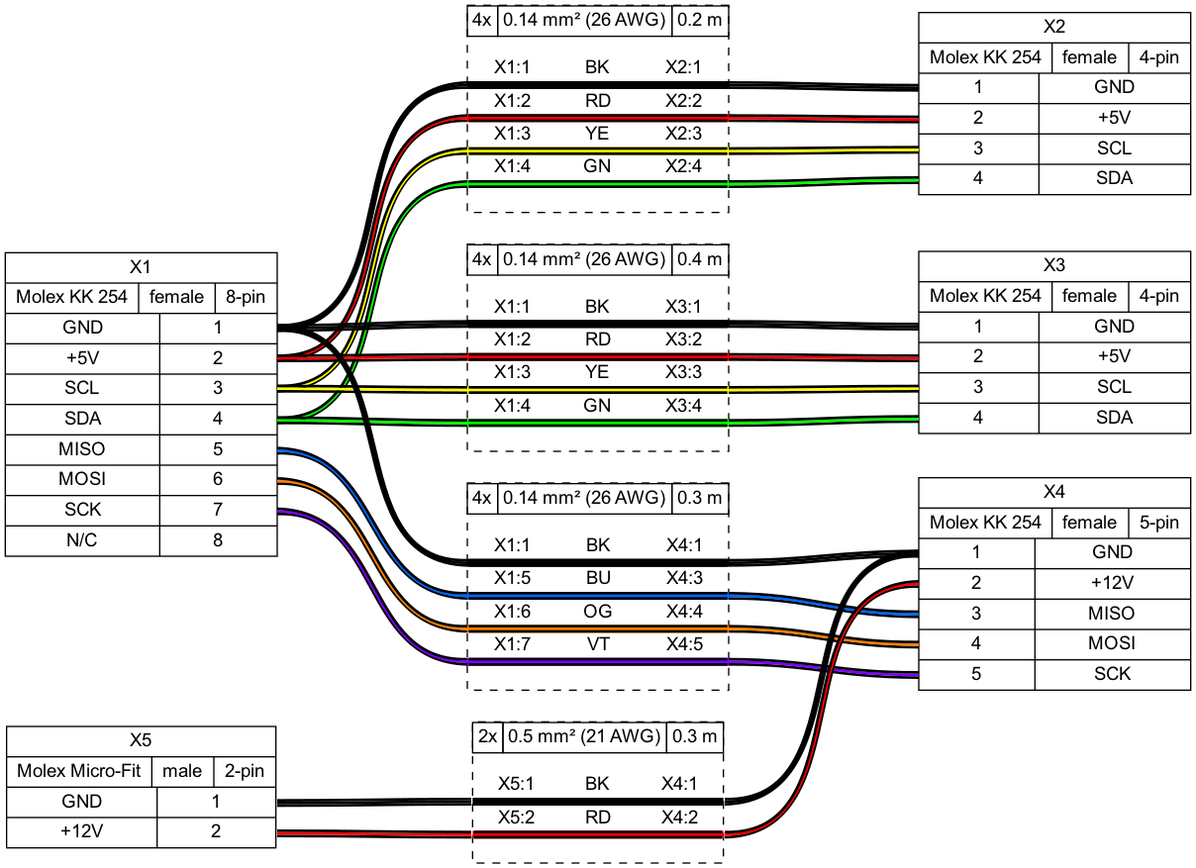
The Graphviz diagram examples/demo02.png in wireviz/WireViz, before a commit. Its source is kept beside it as examples/demo02.gv.
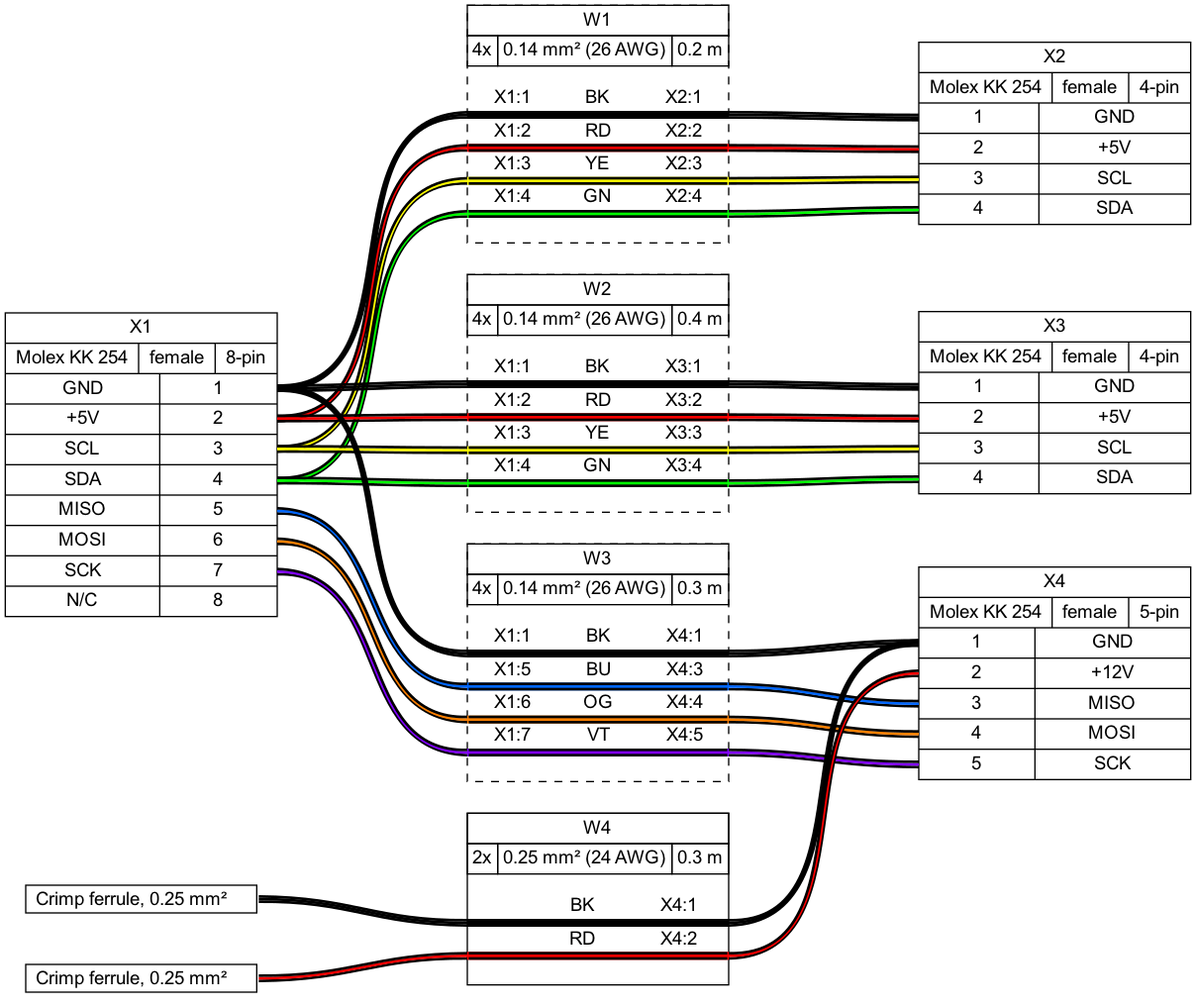
After the commit.

Diff of the diagram source:
```diff
@@ -6,7 +6,26 @@
 	X2 [label="X2|{Molex KK 254|female|4-pin}|{{<p1l>1|<p2l>2|<p3l>3|<p4l>4}|{GND|+5V|SCL|SDA}}"]
 	X3 [label="X3|{Molex KK 254|female|4-pin}|{{<p1l>1|<p2l>2|<p3l>3|<p4l>4}|{GND|+5V|SCL|SDA}}"]
 	X4 [label="X4|{Molex KK 254|female|5-pin}|{{<p1l>1|<p2l>2|<p3l>3|<p4l>4|<p5l>5}|{GND|+12V|MISO|MOSI|SCK}}"]
-	X5 [label="X5|{Molex Micro-Fit|male|2-pin}|{{GND|+12V}|{<p1r>1|<p2r>2}}"]
+	F1 [label=<
+
+                <TABLE BORDER="1" CELLBORDER="0" CELLSPACING="0" CELLPADDING="2"><TR>
+                <TD PORT="p1l"> Crimp ferrule, 0.25 mm²  </TD>
+
+                <TD PORT="p1r">  </TD>
+                </TR></TABLE>
+
+
+                > margin=0 orientation=180 shape=none style=filled]
+	F2 [label=<
+
+                <TABLE BORDER="1" CELLBORDER="0" CELLSPACING="0" CELLPADDING="2"><TR>
+                <TD PORT="p1l"> Crimp ferrule, 0.25 mm²  </TD>
+
+                <TD PORT="p1r">  </TD>
+                </TR></TABLE>
+
+
+                > margin=0 orientation=180 shape=none style=filled]
 	edge [color="#000000:#000000:#000000"]
 	X1:p1r:e -- W1:w1:w
 	W1:w1:e -- X2:p1l:w
@@ -19,7 +38,7 @@
 	edge [color="#000000:#00ff00:#000000"]
 	X1:p4r:e -- W1:w4:w
 	W1:w4:e -- X2:p4l:w
-	W1 [label=<<table border="0" cellspacing="0" cellpadding="0"><tr><td><table border="0" cellspacing="0" cellpadding="3" cellborder="1"><tr><td>4x</td><td>0.14 mm² (26 AWG)</td><td>0.2 m</td></tr></table></td></tr><tr><td>&nbsp;</td></tr><tr><td><table border="0" cellspacing="0" cellborder="0"><tr><td>X1:1</td><td>BK</td><td>X2:1</td></tr><tr><td colspan="3" cellpadding="0" height="6" bgcolor="#000000" border="2" sides="tb" port="w1"></td></tr><tr><td>X1:2</td><td>RD</td><td>X2:2</td></tr><tr><td colspan="3" cellpadding="0" height="6" bgcolor="#ff0000" border="2" sides="tb" port="w2"></td></tr><tr><td>X1:3</td><td>YE</td><td>X2:3</td></tr><tr><td colspan="3" cellpadding="0" height="6" bgcolor="#ffff00" border="2" sides="tb" port="w3"></td></tr><tr><td>X1:4</td><td>GN</td><td>X2:4</td></tr><tr><td colspan="3" cellpadding="0" height="6" bgcolor="#00ff00" border="2" sides="tb" port="w4"></td></tr><tr><td>&nbsp;</td></tr></table></td></tr></table>> fillcolor=white margin=0 shape=box style="filled,dashed"]
+	W1 [label=<<table border="0" cellspacing="0" cellpadding="0"><tr><td><table border="0" cellspacing="0" cellpadding="3" cellborder="1"><tr><td colspan="3">W1</td></tr><tr><td>4x</td><td>0.14 mm² (26 AWG)</td><td>0.2 m</td></tr></table></td></tr><tr><td>&nbsp;</td></tr><tr><td><table border="0" cellspacing="0" cellborder="0"><tr><td>X1:1</td><td>BK</td><td>X2:1</td></tr><tr><td colspan="3" cellpadding="0" height="6" bgcolor="#000000" border="2" sides="tb" port="w1"></td></tr><tr><td>X1:2</td><td>RD</td><td>X2:2</td></tr><tr><td colspan="3" cellpadding="0" height="6" bgcolor="#ff0000" border="2" sides="tb" port="w2"></td></tr><tr><td>X1:3</td><td>YE</td><td>X2:3</td></tr><tr><td colspan="3" cellpadding="0" height="6" bgcolor="#ffff00" border="2" sides="tb" port="w3"></td></tr><tr><td>X1:4</td><td>GN</td><td>X2:4</td></tr><tr><td colspan="3" cellpadding="0" height="6" bgcolor="#00ff00" border="2" sides="tb" port="w4"></td></tr><tr><td>&nbsp;</td></tr></table></td></tr></table>> fillcolor=white margin=0 shape=box style="filled,dashed"]
 	edge [color="#000000:#000000:#000000"]
 	X1:p1r:e -- W2:w1:w
 	W2:w1:e -- X3:p1l:w
@@ -32,7 +51,7 @@
 	edge [color="#000000:#00ff00:#000000"]
 	X1:p4r:e -- W2:w4:w
 	W2:w4:e -- X3:p4l:w
-	W2 [label=<<table border="0" cellspacing="0" cellpadding="0"><tr><td><table border="0" cellspacing="0" cellpadding="3" cellborder="1"><tr><td>4x</td><td>0.14 mm² (26 AWG)</td><td>0.4 m</td></tr></table></td></tr><tr><td>&nbsp;</td></tr><tr><td><table border="0" cellspacing="0" cellborder="0"><tr><td>X1:1</td><td>BK</td><td>X3:1</td></tr><tr><td colspan="3" cellpadding="0" height="6" bgcolor="#000000" border="2" sides="tb" port="w1"></td></tr><tr><td>X1:2</td><td>RD</td><td>X3:2</td></tr><tr><td colspan="3" cellpadding="0" height="6" bgcolor="#ff0000" border="2" sides="tb" port="w2"></td></tr><tr><td>X1:3</td><td>YE</td><td>X3:3</td></tr><tr><td colspan="3" cellpadding="0" height="6" bgcolor="#ffff00" border="2" sides="tb" port="w3"></td></tr><tr><td>X1:4</td><td>GN</td><td>X3:4</td></tr><tr><td colspan="3" cellpadding="0" height="6" bgcolor="#00ff00" border="2" sides="tb" port="w4"></td></tr><tr><td>&nbsp;</td></tr></table></td></tr></table>> fillcolor=white margin=0 shape=box style="filled,dashed"]
+	W2 [label=<<table border="0" cellspacing="0" cellpadding="0"><tr><td><table border="0" cellspacing="0" cellpadding="3" cellborder="1"><tr><td colspan="3">W2</td></tr><tr><td>4x</td><td>0.14 mm² (26 AWG)</td><td>0.4 m</td></tr></table></td></tr><tr><td>&nbsp;</td></tr><tr><td><table border="0" cellspacing="0" cellborder="0"><tr><td>X1:1</td><td>BK</td><td>X3:1</td></tr><tr><td colspan="3" cellpadding="0" height="6" bgcolor="#000000" border="2" sides="tb" port="w1"></td></tr><tr><td>X1:2</td><td>RD</td><td>X3:2</td></tr><tr><td colspan="3" cellpadding="0" height="6" bgcolor="#ff0000" border="2" sides="tb" port="w2"></td></tr><tr><td>X1:3</td><td>YE</td><td>X3:3</td></tr><tr><td colspan="3" cellpadding="0" height="6" bgcolor="#ffff00" border="2" sides="tb" port="w3"></td></tr><tr><td>X1:4</td><td>GN</td><td>X3:4</td></tr><tr><td colspan="3" cellpadding="0" height="6" bgcolor="#00ff00" border="2" sides="tb" port="w4"></td></tr><tr><td>&nbsp;</td></tr></table></td></tr></table>> fillcolor=white margin=0 shape=box style="filled,dashed"]
 	edge [color="#000000:#000000:#000000"]
 	X1:p1r:e -- W3:w1:w
 	W3:w1:e -- X4:p1l:w
@@ -45,12 +64,14 @@
 	edge [color="#000000:#8000ff:#000000"]
 	X1:p7r:e -- W3:w4:w
 	W3:w4:e -- X4:p5l:w
-	W3 [label=<<table border="0" cellspacing="0" cellpadding="0"><tr><td><table border="0" cellspacing="0" cellpadding="3" cellborder="1"><tr><td>4x</td><td>0.14 mm² (26 AWG)</td><td>0.3 m</td></tr></table></td></tr><tr><td>&nbsp;</td></tr><tr><td><table border="0" cellspacing="0" cellborder="0"><tr><td>X1:1</td><td>BK</td><td>X4:1</td></tr><tr><td colspan="3" cellpadding="0" height="6" bgcolor="#000000" border="2" sides="tb" port="w1"></td></tr><tr><td>X1:5</td><td>BU</td><td>X4:3</td></tr><tr><td colspan="3" cellpadding="0" height="6" bgcolor="#0066ff" border="2" sides="tb" port="w2"></td></tr><tr><td>X1:6</td><td>OG</td><td>X4:4</td></tr><tr><td colspan="3" cellpadding="0" height="6" bgcolor="#ff8000" border="2" sides="tb" port="w3"></td></tr><tr><td>X1:7</td><td>VT</td><td>X4:5</td></tr><tr><td colspan="3" cellpadding="0" height="6" bgcolor="#8000ff" border="2" sides="tb" port="w4"></td></tr><tr><td>&nbsp;</td></tr></table></td></tr></table>> fillcolor=white margin=0 shape=box style="filled,dashed"]
+	W3 [label=<<table border="0" cellspacing="0" cellpadding="0"><tr><td><table border="0" cellspacing="0" cellpadding="3" cellborder="1"><tr><td colspan="3">W3</td></tr><tr><td>4x</td><td>0.14 mm² (26 AWG)</td><td>0.3 m</td></tr></table></td></tr><tr><td>&nbsp;</td></tr><tr><td><table border="0" cellspacing="0" cellborder="0"><tr><td>X1:1</td><td>BK</td><td>X4:1</td></tr><tr><td colspan="3" cellpadding="0" height="6" bgcolor="#000000" border="2" sides="tb" port="w1"></td></tr><tr><td>X1:5</td><td>BU</td><td>X4:3</td></tr><tr><td colspan="3" cellpadding="0" height="6" bgcolor="#0066ff" border="2" sides="tb" port="w2"></td></tr><tr><td>X1:6</td><td>OG</td><td>X4:4</td></tr><tr><td colspan="3" cellpadding="0" height="6" bgcolor="#ff8000" border="2" sides="tb" port="w3"></td></tr><tr><td>X1:7</td><td>VT</td><td>X4:5</td></tr><tr><td colspan="3" cellpadding="0" height="6" bgcolor="#8000ff" border="2" sides="tb" port="w4"></td></tr><tr><td>&nbsp;</td></tr></table></td></tr></table>> fillcolor=white margin=0 shape=box style="filled,dashed"]
 	edge [color="#000000:#000000:#000000"]
-	X5:p1r:e -- W4:w1:w
+	F1:e -- W4:w1:w
+	edge [color="#000000:#ff0000:#000000"]
+	F2:e -- W4:w2:w
+	edge [color="#000000:#000000:#000000"]
 	W4:w1:e -- X4:p1l:w
 	edge [color="#000000:#ff0000:#000000"]
-	X5:p2r:e -- W4:w2:w
 	W4:w2:e -- X4:p2l:w
-	W4 [label=<<table border="0" cellspacing="0" cellpadding="0"><tr><td><table border="0" cellspacing="0" cellpadding="3" cellborder="1"><tr><td>2x</td><td>0.5 mm² (21 AWG)</td><td>0.3 m</td></tr></table></td></tr><tr><td>&nbsp;</td></tr><tr><td><table border="0" cellspacing="0" cellborder="0"><tr><td>X5:1</td><td>BK</td><td>X4:1</td></tr><tr><td colspan="3" cellpadding="0" height="6" bgcolor="#000000" border="2" sides="tb" port="w1"></td></tr><tr><td>X5:2</td><td>RD</td><td>X4:2</td></tr><tr><td colspan="3" cellpadding="0" height="6" bgcolor="#ff0000" border="2" sides="tb" port="w2"></td></tr><tr><td>&nbsp;</td></tr></table></td></tr></table>> fillcolor=white margin=0 shape=box style="filled,dashed"]
+	W4 [label=<<table border="0" cellspacing="0" cellpadding="0"><tr><td><table border="0" cellspacing="0" cellpadding="3" cellborder="1"><tr><td colspan="3">W4</td></tr><tr><td>2x</td><td>0.25 mm² (24 AWG)</td><td>0.3 m</td></tr></table></td></tr><tr><td>&nbsp;</td></tr><tr><td><table border="0" cellspacing="0" cellborder="0"><tr><td></td><td>BK</td><td>X4:1</td></tr><tr><td colspan="3" cellpadding="0" height="6" bgcolor="#000000" border="2" sides="tb" port="w1"></td></tr><tr><td></td><td>RD</td><td>X4:2</td></tr><tr><td colspan="3" cellpadding="0" height="6" bgcolor="#ff0000" border="2" sides="tb" port="w2"></td></tr><tr><td>&nbsp;</td></tr></table></td></tr></table>> fillcolor=white margin=0 shape=box style=""]
 }
```
